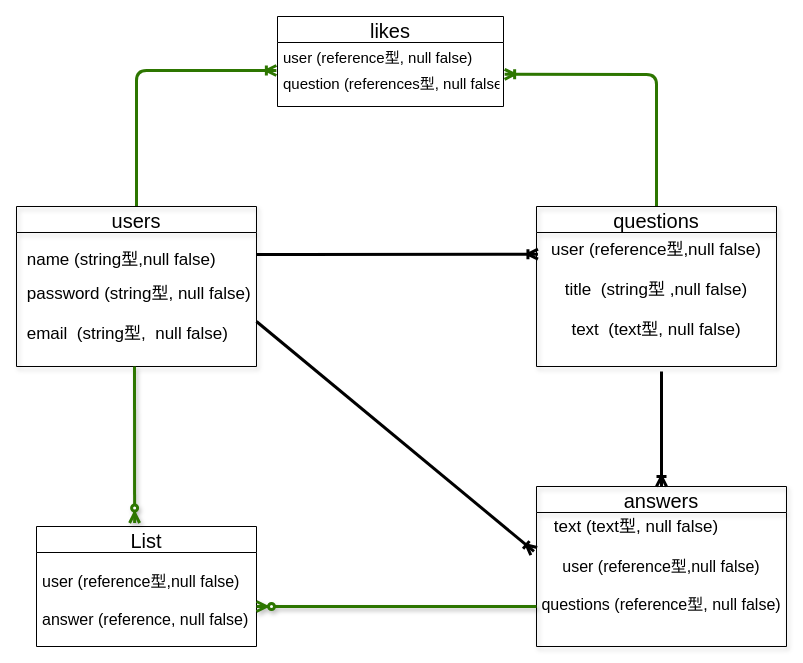
The draw.io diagram page "ページ1" (1 of 2) of test.drawio in iwaikousuke/fes, before the edit. Source tidied: cells renumbered, new cells numbered last; positions are measured from the earlier drawing's top-left corner, leaving out a move shared by most shapes. Both pictures are drawn from the tidied source at 100%, with x=0, y=0 at pixel (16, 16).
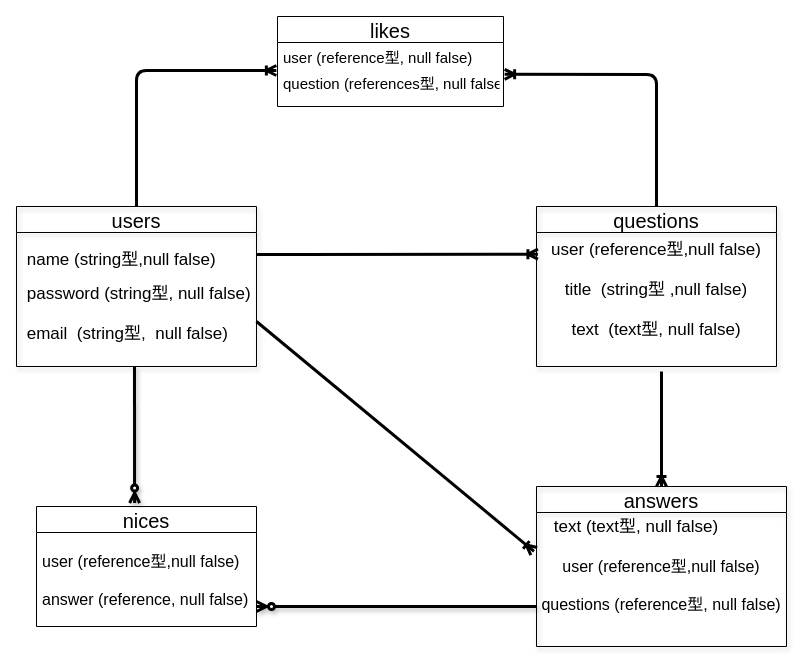
The same diagram, later.

Unchanged cells that the change refers to:
```xml
<mxCell id="7" value="users" style="swimlane;fontStyle=0;horizontal=1;startSize=26;fillColor=none;rounded=0;shadow=1;sketch=0;fontSize=20;" parent="1" vertex="1">
  <mxGeometry y="190" width="240" height="160" as="geometry" />
</mxCell>
<mxCell id="11" value="questions" style="swimlane;fontStyle=0;horizontal=1;startSize=26;fillColor=none;rounded=0;shadow=1;sketch=0;fontSize=20;" parent="1" vertex="1">
  <mxGeometry x="520" y="190" width="240" height="160" as="geometry" />
</mxCell>
<mxCell id="14" value="&#10;&#10;user (reference型,null false)&#10;&#10;questions (reference型, null false)" style="text;strokeColor=none;fillColor=none;align=center;verticalAlign=top;spacingLeft=4;spacingRight=4;overflow=hidden;points=[[0,0.5],[1,0.5]];portConstraint=eastwest;fontSize=16;" parent="13" vertex="1">
  <mxGeometry y="26" width="250" height="134" as="geometry" />
</mxCell>
<mxCell id="16" value="user (reference型, null false)" style="text;strokeColor=none;fillColor=none;align=left;verticalAlign=top;spacingLeft=4;spacingRight=4;overflow=hidden;points=[[0,0.5],[1,0.5]];portConstraint=eastwest;fontSize=15;" parent="15" vertex="1">
  <mxGeometry y="26" width="226" height="26" as="geometry" />
</mxCell>
<mxCell id="17" value="question (references型, null false)" style="text;strokeColor=none;fillColor=none;align=left;verticalAlign=top;spacingLeft=4;spacingRight=4;overflow=hidden;points=[[0,0.5],[1,0.5]];portConstraint=eastwest;fontSize=15;" parent="15" vertex="1">
  <mxGeometry y="52" width="226" height="38" as="geometry" />
</mxCell>
```

The edit, as a diff of the source:
```diff
@@
-    <mxCell id="5" style="fontSize=12;html=1;endArrow=ERoneToMany;exitX=0.5;exitY=0;exitDx=0;exitDy=0;entryX=-0.005;entryY=1.077;entryDx=0;entryDy=0;entryPerimeter=0;strokeWidth=3;edgeStyle=orthogonalEdgeStyle;fillColor=#60a917;strokeColor=#2D7600;" parent="1" edge="1" source="7" target="16">
+    <mxCell id="5" style="fontSize=12;html=1;endArrow=ERoneToMany;exitX=0.5;exitY=0;exitDx=0;exitDy=0;entryX=-0.005;entryY=1.077;entryDx=0;entryDy=0;entryPerimeter=0;strokeWidth=3;edgeStyle=orthogonalEdgeStyle;" parent="1" edge="1" source="7" target="16">
       <mxGeometry relative="1" as="geometry" />
     </mxCell>
-    <mxCell id="6" style="edgeStyle=orthogonalEdgeStyle;fontSize=12;html=1;endArrow=ERoneToMany;strokeWidth=3;entryX=1.005;entryY=0.154;entryDx=0;entryDy=0;entryPerimeter=0;exitX=0.5;exitY=0;exitDx=0;exitDy=0;fillColor=#60a917;strokeColor=#2D7600;" parent="1" edge="1" source="11" target="17">
+    <mxCell id="6" style="edgeStyle=orthogonalEdgeStyle;fontSize=12;html=1;endArrow=ERoneToMany;strokeWidth=3;entryX=1.005;entryY=0.154;entryDx=0;entryDy=0;entryPerimeter=0;exitX=0.5;exitY=0;exitDx=0;exitDy=0;" parent="1" edge="1" source="11" target="17">
       <mxGeometry relative="1" as="geometry" />
     </mxCell>
@@
-    <mxCell id="18" value="List" style="swimlane;fontStyle=0;horizontal=1;startSize=26;fillColor=none;fontSize=20;" parent="1" vertex="1">
-      <mxGeometry x="20" y="510" width="220" height="120" as="geometry" />
+    <mxCell id="18" value="nices" style="swimlane;fontStyle=0;horizontal=1;startSize=26;fillColor=none;fontSize=20;" parent="1" vertex="1">
+      <mxGeometry x="20" y="490" width="220" height="120" as="geometry" />
     </mxCell>
@@
-    <mxCell id="20" style="fontSize=19;html=1;endArrow=ERzeroToMany;endFill=1;exitX=0;exitY=0.701;exitDx=0;exitDy=0;exitPerimeter=0;shadow=1;strokeWidth=3;fillColor=#60a917;strokeColor=#2D7600;" parent="1" edge="1" source="14">
+    <mxCell id="20" style="fontSize=19;html=1;endArrow=ERzeroToMany;endFill=1;exitX=0;exitY=0.701;exitDx=0;exitDy=0;exitPerimeter=0;shadow=1;strokeWidth=3;" parent="1" edge="1" source="14">
       <mxGeometry relative="1" as="geometry">
         <mxPoint x="240" y="590" as="targetPoint" />
         <Array as="points">
           <mxPoint x="380" y="590" />
         </Array>
       </mxGeometry>
     </mxCell>
-    <mxCell id="21" style="fontSize=12;html=1;endArrow=ERzeroToMany;endFill=1;shadow=1;strokeWidth=3;entryX=0.446;entryY=-0.029;entryDx=0;entryDy=0;entryPerimeter=0;fillColor=#60a917;strokeColor=#2D7600;" parent="1" edge="1" target="18">
+    <mxCell id="21" style="fontSize=12;html=1;endArrow=ERzeroToMany;endFill=1;shadow=1;strokeWidth=3;entryX=0.446;entryY=-0.029;entryDx=0;entryDy=0;entryPerimeter=0;" parent="1" edge="1" target="18">
       <mxGeometry relative="1" as="geometry">
         <mxPoint x="118" y="350" as="sourcePoint" />
       </mxGeometry>
     </mxCell>
```
